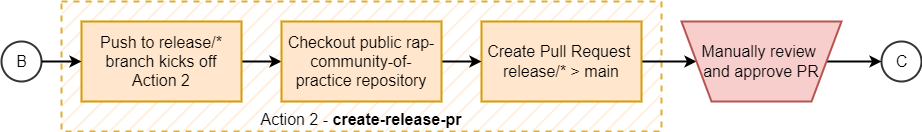
The draw.io diagram .github/workflows/imgs/flowchart-action-2.png in NHSDigital/rap-community-of-practice, before a commit. Source tidied: cells renumbered, new cells last; positions are measured from the earlier drawing's top-left corner, leaving out a move shared by most shapes.
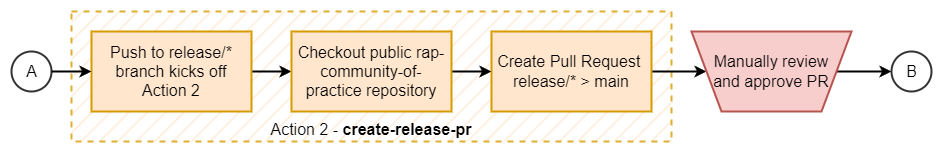
The same diagram one commit later.

The edit, as a diff of the source:
```diff
@@ -32,10 +32,10 @@
     <mxCell id="11" style="edgeStyle=orthogonalEdgeStyle;rounded=1;jettySize=auto;html=1;labelBorderColor=none;strokeWidth=2;fontSize=16;endArrow=classic;endFill=1;endSize=6;" parent="1" edge="1" source="12" target="4">
       <mxGeometry relative="1" as="geometry" />
     </mxCell>
-    <mxCell id="12" value="B" style="verticalLabelPosition=middle;verticalAlign=middle;html=1;shape=mxgraph.flowchart.on-page_reference;strokeWidth=2;fontSize=16;fillColor=default;gradientColor=none;opacity=80;labelPosition=center;align=center;" parent="1" vertex="1">
+    <mxCell id="12" value="A" style="verticalLabelPosition=middle;verticalAlign=middle;html=1;shape=mxgraph.flowchart.on-page_reference;strokeWidth=2;fontSize=16;fillColor=default;gradientColor=none;opacity=80;labelPosition=center;align=center;" parent="1" vertex="1">
       <mxGeometry y="40" width="40" height="40" as="geometry" />
     </mxCell>
-    <mxCell id="13" value="C" style="verticalLabelPosition=middle;verticalAlign=middle;html=1;shape=mxgraph.flowchart.on-page_reference;strokeWidth=2;fontSize=16;fillColor=default;gradientColor=none;opacity=80;labelPosition=center;align=center;" parent="1" vertex="1">
+    <mxCell id="13" value="B" style="verticalLabelPosition=middle;verticalAlign=middle;html=1;shape=mxgraph.flowchart.on-page_reference;strokeWidth=2;fontSize=16;fillColor=default;gradientColor=none;opacity=80;labelPosition=center;align=center;" parent="1" vertex="1">
       <mxGeometry x="880" y="40" width="40" height="40" as="geometry" />
     </mxCell>
   </root>
```
